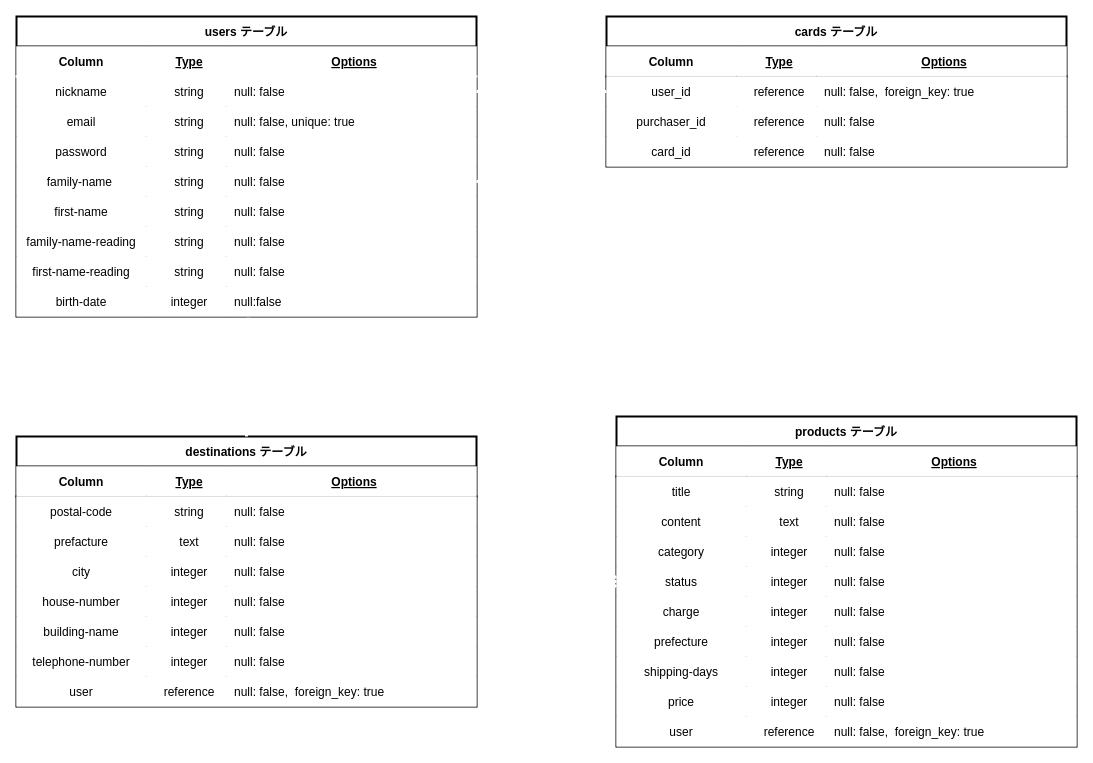
NaoyukiG/furima-38177 keeps this draw.io diagram as furima-38177.dio. Above is the earlier version. Source tidied: cells renumbered, new cells numbered last; positions are measured from the earlier drawing's top-left corner, leaving out a move shared by most shapes. Both pictures are drawn from the tidied source at 100%, with x=0, y=0 at pixel (16, 16).
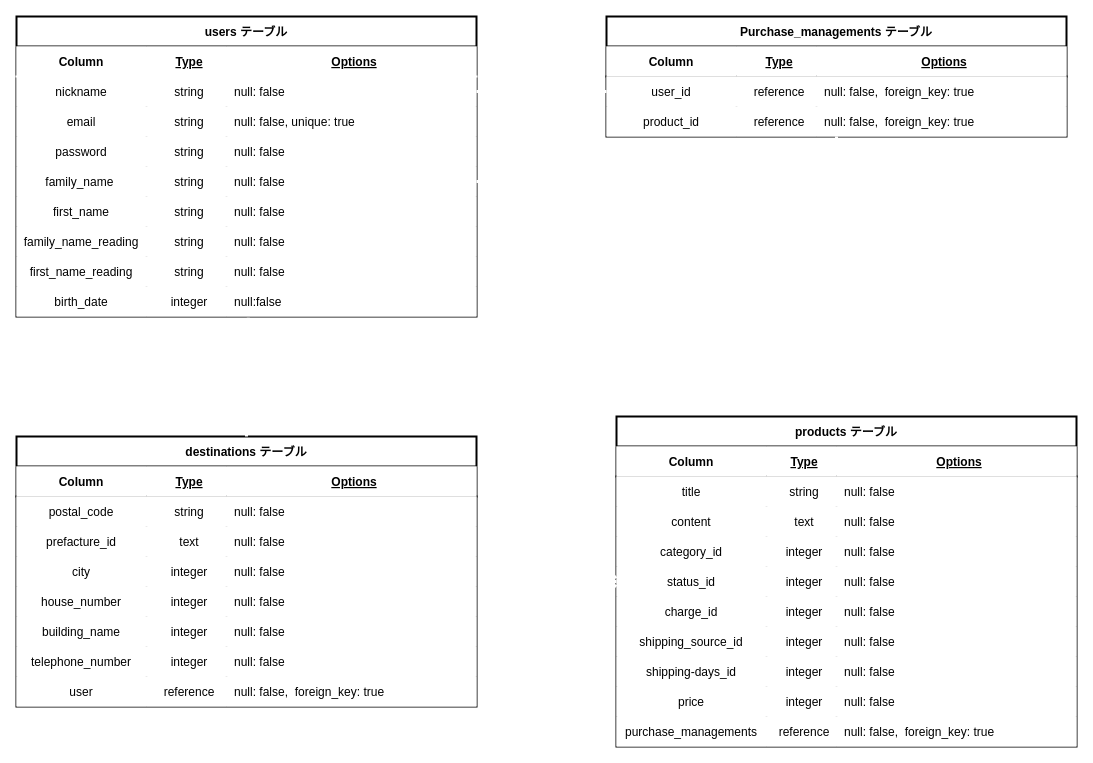
The same page after the edit.

Commit message:
リファレンス追加に合わせたER図の修正

The change refers to these unchanged cells:
```xml
<mxCell id="19" style="shape=partialRectangle;top=0;left=0;bottom=0;right=0;points=[[0,0.5],[1,0.5]];portConstraint=eastwest;strokeWidth=2;" parent="2" vertex="1">
  <mxGeometry y="150" width="460" height="30" as="geometry" />
</mxCell>
<mxCell id="23" style="shape=partialRectangle;top=0;left=0;bottom=0;right=0;strokeWidth=2;" parent="2" vertex="1">
  <mxGeometry y="180" width="460" height="30" as="geometry" />
</mxCell>
<mxCell id="27" style="shape=partialRectangle;top=0;left=0;bottom=0;right=0;strokeWidth=2;" parent="2" vertex="1">
  <mxGeometry y="210" width="460" height="30" as="geometry" />
</mxCell>
<mxCell id="31" style="shape=partialRectangle;top=0;left=0;bottom=0;right=0;strokeWidth=2;" parent="2" vertex="1">
  <mxGeometry y="240" width="460" height="30" as="geometry" />
</mxCell>
<mxCell id="35" style="shape=partialRectangle;top=0;left=0;bottom=0;right=0;points=[[0,0.5],[1,0.5]];portConstraint=eastwest;strokeWidth=2;" parent="2" vertex="1">
  <mxGeometry y="270" width="460" height="30" as="geometry" />
</mxCell>
<mxCell id="39" value="products テーブル" style="shape=table;startSize=30;childLayout=tableLayout;rowLines=0;fontStyle=1;align=center;strokeWidth=2;" parent="1" vertex="1">
  <mxGeometry x="600" y="400" width="460" height="330" as="geometry" />
</mxCell>
<mxCell id="40" style="shape=partialRectangle;top=0;left=0;bottom=1;right=0;strokeWidth=2;" parent="39" vertex="1">
  <mxGeometry y="30" width="460" height="30" as="geometry" />
</mxCell>
<mxCell id="44" style="shape=partialRectangle;top=0;left=0;bottom=0;right=0;strokeWidth=2;" parent="39" vertex="1">
  <mxGeometry y="60" width="460" height="30" as="geometry" />
</mxCell>
<mxCell id="48" style="shape=partialRectangle;top=0;left=0;bottom=0;right=0;strokeWidth=2;" parent="39" vertex="1">
  <mxGeometry y="90" width="460" height="30" as="geometry" />
</mxCell>
<mxCell id="52" style="shape=partialRectangle;top=0;left=0;bottom=0;right=0;strokeWidth=2;" parent="39" vertex="1">
  <mxGeometry y="120" width="460" height="30" as="geometry" />
</mxCell>
<mxCell id="56" style="shape=partialRectangle;top=0;left=0;bottom=0;right=0;points=[[0,0.5],[1,0.5]];portConstraint=eastwest;strokeWidth=2;" parent="39" vertex="1">
  <mxGeometry y="150" width="460" height="30" as="geometry" />
</mxCell>
<mxCell id="60" style="shape=partialRectangle;top=0;left=0;bottom=0;right=0;strokeWidth=2;" parent="39" vertex="1">
  <mxGeometry y="180" width="460" height="30" as="geometry" />
</mxCell>
<mxCell id="64" style="shape=partialRectangle;top=0;left=0;bottom=0;right=0;strokeWidth=2;" parent="39" vertex="1">
  <mxGeometry y="210" width="460" height="30" as="geometry" />
</mxCell>
<mxCell id="68" style="shape=partialRectangle;top=0;left=0;bottom=0;right=0;strokeWidth=2;" parent="39" vertex="1">
  <mxGeometry y="240" width="460" height="30" as="geometry" />
</mxCell>
<mxCell id="72" style="shape=partialRectangle;top=0;left=0;bottom=0;right=0;strokeWidth=2;" parent="39" vertex="1">
  <mxGeometry y="270" width="460" height="30" as="geometry" />
</mxCell>
<mxCell id="76" style="shape=partialRectangle;top=0;left=0;bottom=0;right=0;strokeWidth=2;" parent="39" vertex="1">
  <mxGeometry y="300" width="460" height="30" as="geometry" />
</mxCell>
<mxCell id="85" style="shape=partialRectangle;top=0;left=0;bottom=0;right=0;strokeWidth=2;" parent="80" vertex="1">
  <mxGeometry y="60" width="460" height="30" as="geometry" />
</mxCell>
<mxCell id="89" style="shape=partialRectangle;top=0;left=0;bottom=0;right=0;strokeWidth=2;" parent="80" vertex="1">
  <mxGeometry y="90" width="460" height="30" as="geometry" />
</mxCell>
<mxCell id="97" style="shape=partialRectangle;top=0;left=0;bottom=0;right=0;strokeWidth=2;" parent="80" vertex="1">
  <mxGeometry y="150" width="460" height="30" as="geometry" />
</mxCell>
<mxCell id="101" style="shape=partialRectangle;top=0;left=0;bottom=0;right=0;strokeWidth=2;" parent="80" vertex="1">
  <mxGeometry y="180" width="460" height="30" as="geometry" />
</mxCell>
<mxCell id="105" style="shape=partialRectangle;top=0;left=0;bottom=0;right=0;strokeWidth=2;" parent="80" vertex="1">
  <mxGeometry y="210" width="460" height="30" as="geometry" />
</mxCell>
<mxCell id="124" style="shape=partialRectangle;top=0;left=0;bottom=0;right=0;strokeWidth=2;" parent="115" vertex="1">
  <mxGeometry y="90" width="460" height="30" as="geometry" />
</mxCell>
```

Change to the diagram source:
```diff
@@
-    <mxCell id="20" value="family-name " style="shape=partialRectangle;top=0;left=0;bottom=0;right=0;overflow=hidden;strokeWidth=2;" parent="19" vertex="1">
+    <mxCell id="20" value="family_name " style="shape=partialRectangle;top=0;left=0;bottom=0;right=0;overflow=hidden;strokeWidth=2;" parent="19" vertex="1">
       <mxGeometry width="130" height="30" as="geometry" />
     </mxCell>
@@
-    <mxCell id="24" value="first-name" style="shape=partialRectangle;top=0;left=0;bottom=0;right=0;overflow=hidden;strokeWidth=2;" parent="23" vertex="1">
+    <mxCell id="24" value="first_name" style="shape=partialRectangle;top=0;left=0;bottom=0;right=0;overflow=hidden;strokeWidth=2;" parent="23" vertex="1">
       <mxGeometry width="130" height="30" as="geometry" />
     </mxCell>
@@
-    <mxCell id="28" value="family-name-reading" style="shape=partialRectangle;top=0;left=0;bottom=0;right=0;overflow=hidden;strokeWidth=2;" parent="27" vertex="1">
+    <mxCell id="28" value="family_name_reading" style="shape=partialRectangle;top=0;left=0;bottom=0;right=0;overflow=hidden;strokeWidth=2;" parent="27" vertex="1">
       <mxGeometry width="130" height="30" as="geometry" />
     </mxCell>
@@
-    <mxCell id="32" value="first-name-reading" style="shape=partialRectangle;top=0;left=0;bottom=0;right=0;overflow=hidden;strokeWidth=2;" parent="31" vertex="1">
+    <mxCell id="32" value="first_name_reading" style="shape=partialRectangle;top=0;left=0;bottom=0;right=0;overflow=hidden;strokeWidth=2;" parent="31" vertex="1">
       <mxGeometry width="130" height="30" as="geometry" />
     </mxCell>
@@
-    <mxCell id="36" value="birth-date" style="shape=partialRectangle;top=0;left=0;bottom=0;right=0;overflow=hidden;strokeWidth=2;" parent="35" vertex="1">
+    <mxCell id="36" value="birth_date" style="shape=partialRectangle;top=0;left=0;bottom=0;right=0;overflow=hidden;strokeWidth=2;" parent="35" vertex="1">
       <mxGeometry width="130" height="30" as="geometry" />
     </mxCell>
@@
     <mxCell id="41" value="Column" style="shape=partialRectangle;top=0;left=0;bottom=0;right=0;fontStyle=1;overflow=hidden;strokeWidth=2;" parent="40" vertex="1">
-      <mxGeometry width="130" height="30" as="geometry" />
+      <mxGeometry width="150" height="30" as="geometry" />
     </mxCell>
     <mxCell id="42" value="Type" style="shape=partialRectangle;top=0;left=0;bottom=0;right=0;align=center;spacingLeft=6;fontStyle=5;overflow=hidden;shadow=0;strokeWidth=2;" parent="40" vertex="1">
-      <mxGeometry x="130" width="80" height="30" as="geometry" />
+      <mxGeometry x="150" width="70" height="30" as="geometry" />
     </mxCell>
     <mxCell id="43" value="Options" style="shape=partialRectangle;top=0;left=0;bottom=0;right=0;align=center;spacingLeft=6;fontStyle=5;overflow=hidden;strokeWidth=2;" parent="40" vertex="1">
-      <mxGeometry x="210" width="250" height="30" as="geometry" />
+      <mxGeometry x="220" width="240" height="30" as="geometry" />
     </mxCell>
@@
     <mxCell id="45" value="title" style="shape=partialRectangle;top=0;left=0;bottom=0;right=0;overflow=hidden;strokeWidth=2;" parent="44" vertex="1">
-      <mxGeometry width="130" height="30" as="geometry" />
+      <mxGeometry width="150" height="30" as="geometry" />
     </mxCell>
     <mxCell id="46" value="string" style="shape=partialRectangle;top=0;left=0;bottom=0;right=0;align=center;spacingLeft=6;overflow=hidden;strokeWidth=2;" parent="44" vertex="1">
-      <mxGeometry x="130" width="80" height="30" as="geometry" />
+      <mxGeometry x="150" width="70" height="30" as="geometry" />
     </mxCell>
     <mxCell id="47" value="null: false" style="shape=partialRectangle;top=0;left=0;bottom=0;right=0;align=left;spacingLeft=6;overflow=hidden;strokeWidth=2;" parent="44" vertex="1">
-      <mxGeometry x="210" width="250" height="30" as="geometry" />
+      <mxGeometry x="220" width="240" height="30" as="geometry" />
     </mxCell>
@@
     <mxCell id="49" value="content" style="shape=partialRectangle;top=0;left=0;bottom=0;right=0;overflow=hidden;strokeWidth=2;" parent="48" vertex="1">
-      <mxGeometry width="130" height="30" as="geometry" />
+      <mxGeometry width="150" height="30" as="geometry" />
     </mxCell>
     <mxCell id="50" value="text" style="shape=partialRectangle;top=0;left=0;bottom=0;right=0;align=center;spacingLeft=6;overflow=hidden;strokeWidth=2;" parent="48" vertex="1">
-      <mxGeometry x="130" width="80" height="30" as="geometry" />
+      <mxGeometry x="150" width="70" height="30" as="geometry" />
     </mxCell>
     <mxCell id="51" value="null: false" style="shape=partialRectangle;top=0;left=0;bottom=0;right=0;align=left;spacingLeft=6;overflow=hidden;strokeWidth=2;" parent="48" vertex="1">
-      <mxGeometry x="210" width="250" height="30" as="geometry" />
+      <mxGeometry x="220" width="240" height="30" as="geometry" />
     </mxCell>
@@
-    <mxCell id="53" value="category" style="shape=partialRectangle;top=0;left=0;bottom=0;right=0;overflow=hidden;strokeWidth=2;" parent="52" vertex="1">
-      <mxGeometry width="130" height="30" as="geometry" />
+    <mxCell id="53" value="category_id" style="shape=partialRectangle;top=0;left=0;bottom=0;right=0;overflow=hidden;strokeWidth=2;" parent="52" vertex="1">
+      <mxGeometry width="150" height="30" as="geometry" />
     </mxCell>
     <mxCell id="54" value="integer" style="shape=partialRectangle;top=0;left=0;bottom=0;right=0;align=center;spacingLeft=6;overflow=hidden;strokeWidth=2;" parent="52" vertex="1">
-      <mxGeometry x="130" width="80" height="30" as="geometry" />
+      <mxGeometry x="150" width="70" height="30" as="geometry" />
     </mxCell>
     <mxCell id="55" value="null: false" style="shape=partialRectangle;top=0;left=0;bottom=0;right=0;align=left;spacingLeft=6;overflow=hidden;strokeWidth=2;" parent="52" vertex="1">
-      <mxGeometry x="210" width="250" height="30" as="geometry" />
+      <mxGeometry x="220" width="240" height="30" as="geometry" />
     </mxCell>
@@
-    <mxCell id="57" value="status" style="shape=partialRectangle;top=0;left=0;bottom=0;right=0;overflow=hidden;strokeWidth=2;" parent="56" vertex="1">
-      <mxGeometry width="130" height="30" as="geometry" />
+    <mxCell id="57" value="status_id" style="shape=partialRectangle;top=0;left=0;bottom=0;right=0;overflow=hidden;strokeWidth=2;" parent="56" vertex="1">
+      <mxGeometry width="150" height="30" as="geometry" />
     </mxCell>
     <mxCell id="58" value="integer" style="shape=partialRectangle;top=0;left=0;bottom=0;right=0;align=center;spacingLeft=6;overflow=hidden;strokeWidth=2;" parent="56" vertex="1">
-      <mxGeometry x="130" width="80" height="30" as="geometry" />
+      <mxGeometry x="150" width="70" height="30" as="geometry" />
     </mxCell>
     <mxCell id="59" value="null: false" style="shape=partialRectangle;top=0;left=0;bottom=0;right=0;align=left;spacingLeft=6;overflow=hidden;strokeWidth=2;" parent="56" vertex="1">
-      <mxGeometry x="210" width="250" height="30" as="geometry" />
+      <mxGeometry x="220" width="240" height="30" as="geometry" />
     </mxCell>
@@
-    <mxCell id="61" value="charge" style="shape=partialRectangle;top=0;left=0;bottom=0;right=0;overflow=hidden;strokeWidth=2;" parent="60" vertex="1">
-      <mxGeometry width="130" height="30" as="geometry" />
+    <mxCell id="61" value="charge_id" style="shape=partialRectangle;top=0;left=0;bottom=0;right=0;overflow=hidden;strokeWidth=2;" parent="60" vertex="1">
+      <mxGeometry width="150" height="30" as="geometry" />
     </mxCell>
     <mxCell id="62" value="integer" style="shape=partialRectangle;top=0;left=0;bottom=0;right=0;align=center;spacingLeft=6;overflow=hidden;strokeWidth=2;" parent="60" vertex="1">
-      <mxGeometry x="130" width="80" height="30" as="geometry" />
+      <mxGeometry x="150" width="70" height="30" as="geometry" />
     </mxCell>
     <mxCell id="63" value="null: false" style="shape=partialRectangle;top=0;left=0;bottom=0;right=0;align=left;spacingLeft=6;overflow=hidden;strokeWidth=2;" parent="60" vertex="1">
-      <mxGeometry x="210" width="250" height="30" as="geometry" />
+      <mxGeometry x="220" width="240" height="30" as="geometry" />
     </mxCell>
@@
-    <mxCell id="65" value="prefecture" style="shape=partialRectangle;top=0;left=0;bottom=0;right=0;overflow=hidden;strokeWidth=2;" parent="64" vertex="1">
-      <mxGeometry width="130" height="30" as="geometry" />
+    <mxCell id="65" value="shipping_source_id" style="shape=partialRectangle;top=0;left=0;bottom=0;right=0;overflow=hidden;strokeWidth=2;" parent="64" vertex="1">
+      <mxGeometry width="150" height="30" as="geometry" />
     </mxCell>
     <mxCell id="66" value="integer" style="shape=partialRectangle;top=0;left=0;bottom=0;right=0;align=center;spacingLeft=6;overflow=hidden;strokeWidth=2;" parent="64" vertex="1">
-      <mxGeometry x="130" width="80" height="30" as="geometry" />
+      <mxGeometry x="150" width="70" height="30" as="geometry" />
     </mxCell>
     <mxCell id="67" value="null: false" style="shape=partialRectangle;top=0;left=0;bottom=0;right=0;align=left;spacingLeft=6;overflow=hidden;strokeWidth=2;" parent="64" vertex="1">
-      <mxGeometry x="210" width="250" height="30" as="geometry" />
+      <mxGeometry x="220" width="240" height="30" as="geometry" />
     </mxCell>
@@
-    <mxCell id="69" value="shipping-days" style="shape=partialRectangle;top=0;left=0;bottom=0;right=0;overflow=hidden;strokeWidth=2;" parent="68" vertex="1">
-      <mxGeometry width="130" height="30" as="geometry" />
+    <mxCell id="69" value="shipping-days_id" style="shape=partialRectangle;top=0;left=0;bottom=0;right=0;overflow=hidden;strokeWidth=2;" parent="68" vertex="1">
+      <mxGeometry width="150" height="30" as="geometry" />
     </mxCell>
     <mxCell id="70" value="integer" style="shape=partialRectangle;top=0;left=0;bottom=0;right=0;align=center;spacingLeft=6;overflow=hidden;strokeWidth=2;" parent="68" vertex="1">
-      <mxGeometry x="130" width="80" height="30" as="geometry" />
+      <mxGeometry x="150" width="70" height="30" as="geometry" />
     </mxCell>
     <mxCell id="71" value="null: false" style="shape=partialRectangle;top=0;left=0;bottom=0;right=0;align=left;spacingLeft=6;overflow=hidden;strokeWidth=2;" parent="68" vertex="1">
-      <mxGeometry x="210" width="250" height="30" as="geometry" />
+      <mxGeometry x="220" width="240" height="30" as="geometry" />
     </mxCell>
@@
     <mxCell id="73" value="price" style="shape=partialRectangle;top=0;left=0;bottom=0;right=0;overflow=hidden;strokeWidth=2;" parent="72" vertex="1">
-      <mxGeometry width="130" height="30" as="geometry" />
+      <mxGeometry width="150" height="30" as="geometry" />
     </mxCell>
     <mxCell id="74" value="integer" style="shape=partialRectangle;top=0;left=0;bottom=0;right=0;align=center;spacingLeft=6;overflow=hidden;strokeWidth=2;" parent="72" vertex="1">
-      <mxGeometry x="130" width="80" height="30" as="geometry" />
+      <mxGeometry x="150" width="70" height="30" as="geometry" />
     </mxCell>
     <mxCell id="75" value="null: false" style="shape=partialRectangle;top=0;left=0;bottom=0;right=0;align=left;spacingLeft=6;overflow=hidden;strokeWidth=2;" parent="72" vertex="1">
-      <mxGeometry x="210" width="250" height="30" as="geometry" />
+      <mxGeometry x="220" width="240" height="30" as="geometry" />
     </mxCell>
@@
-    <mxCell id="77" value="user" style="shape=partialRectangle;top=0;left=0;bottom=0;right=0;overflow=hidden;strokeWidth=2;" parent="76" vertex="1">
-      <mxGeometry width="130" height="30" as="geometry" />
+    <mxCell id="77" value="purchase_managements" style="shape=partialRectangle;top=0;left=0;bottom=0;right=0;overflow=hidden;strokeWidth=2;" parent="76" vertex="1">
+      <mxGeometry width="150" height="30" as="geometry" />
     </mxCell>
     <mxCell id="78" value="reference" style="shape=partialRectangle;top=0;left=0;bottom=0;right=0;align=center;spacingLeft=6;overflow=hidden;strokeWidth=2;" parent="76" vertex="1">
-      <mxGeometry x="130" width="80" height="30" as="geometry" />
+      <mxGeometry x="150" width="70" height="30" as="geometry" />
     </mxCell>
     <mxCell id="79" value="null: false,  foreign_key: true" style="shape=partialRectangle;top=0;left=0;bottom=0;right=0;align=left;spacingLeft=6;overflow=hidden;strokeWidth=2;" parent="76" vertex="1">
-      <mxGeometry x="210" width="250" height="30" as="geometry" />
+      <mxGeometry x="220" width="240" height="30" as="geometry" />
     </mxCell>
@@
-    <mxCell id="86" value="postal-code" style="shape=partialRectangle;top=0;left=0;bottom=0;right=0;overflow=hidden;strokeWidth=2;" parent="85" vertex="1">
+    <mxCell id="86" value="postal_code" style="shape=partialRectangle;top=0;left=0;bottom=0;right=0;overflow=hidden;strokeWidth=2;" parent="85" vertex="1">
       <mxGeometry width="130" height="30" as="geometry" />
     </mxCell>
@@
-    <mxCell id="90" value="prefacture" style="shape=partialRectangle;top=0;left=0;bottom=0;right=0;overflow=hidden;strokeWidth=2;" parent="89" vertex="1">
+    <mxCell id="90" value="prefacture_id" style="shape=partialRectangle;top=0;left=0;bottom=0;right=0;overflow=hidden;strokeWidth=2;" parent="89" vertex="1">
       <mxGeometry width="130" height="30" as="geometry" />
     </mxCell>
@@
-    <mxCell id="98" value="house-number" style="shape=partialRectangle;top=0;left=0;bottom=0;right=0;overflow=hidden;strokeWidth=2;" parent="97" vertex="1">
+    <mxCell id="98" value="house_number" style="shape=partialRectangle;top=0;left=0;bottom=0;right=0;overflow=hidden;strokeWidth=2;" parent="97" vertex="1">
       <mxGeometry width="130" height="30" as="geometry" />
     </mxCell>
@@
-    <mxCell id="102" value="building-name" style="shape=partialRectangle;top=0;left=0;bottom=0;right=0;overflow=hidden;strokeWidth=2;" parent="101" vertex="1">
+    <mxCell id="102" value="building_name" style="shape=partialRectangle;top=0;left=0;bottom=0;right=0;overflow=hidden;strokeWidth=2;" parent="101" vertex="1">
       <mxGeometry width="130" height="30" as="geometry" />
     </mxCell>
@@
-    <mxCell id="106" value="telephone-number" style="shape=partialRectangle;top=0;left=0;bottom=0;right=0;overflow=hidden;strokeWidth=2;" parent="105" vertex="1">
+    <mxCell id="106" value="telephone_number" style="shape=partialRectangle;top=0;left=0;bottom=0;right=0;overflow=hidden;strokeWidth=2;" parent="105" vertex="1">
       <mxGeometry width="130" height="30" as="geometry" />
     </mxCell>
@@
-    <mxCell id="115" value="cards テーブル" style="shape=table;startSize=30;childLayout=tableLayout;rowLines=0;fontStyle=1;align=center;strokeWidth=2;" parent="1" vertex="1">
-      <mxGeometry x="590" width="460" height="150" as="geometry" />
+    <mxCell id="115" value="Purchase_managements テーブル" style="shape=table;startSize=30;childLayout=tableLayout;rowLines=0;fontStyle=1;align=center;strokeWidth=2;" parent="1" vertex="1">
+      <mxGeometry x="590" width="460" height="120" as="geometry" />
     </mxCell>
@@
-    <mxCell id="125" value="purchaser_id" style="shape=partialRectangle;top=0;left=0;bottom=0;right=0;overflow=hidden;strokeWidth=2;" parent="124" vertex="1">
+    <mxCell id="125" value="product_id" style="shape=partialRectangle;top=0;left=0;bottom=0;right=0;overflow=hidden;strokeWidth=2;" parent="124" vertex="1">
       <mxGeometry width="130" height="30" as="geometry" />
     </mxCell>
@@
-    <mxCell id="127" value="null: false" style="shape=partialRectangle;top=0;left=0;bottom=0;right=0;align=left;spacingLeft=6;overflow=hidden;strokeWidth=2;" parent="124" vertex="1">
+    <mxCell id="127" value="null: false,  foreign_key: true" style="shape=partialRectangle;top=0;left=0;bottom=0;right=0;align=left;spacingLeft=6;overflow=hidden;strokeWidth=2;" parent="124" vertex="1">
       <mxGeometry x="210" width="250" height="30" as="geometry" />
     </mxCell>
-    <mxCell id="128" style="shape=partialRectangle;top=0;left=0;bottom=0;right=0;strokeWidth=2;" parent="115" vertex="1">
-      <mxGeometry y="120" width="460" height="30" as="geometry" />
-    </mxCell>
-    <mxCell id="129" value="card_id" style="shape=partialRectangle;top=0;left=0;bottom=0;right=0;overflow=hidden;strokeWidth=2;" parent="128" vertex="1">
-      <mxGeometry width="130" height="30" as="geometry" />
-    </mxCell>
-    <mxCell id="130" value="reference" style="shape=partialRectangle;top=0;left=0;bottom=0;right=0;align=center;spacingLeft=6;overflow=hidden;strokeWidth=2;" parent="128" vertex="1">
-      <mxGeometry x="130" width="80" height="30" as="geometry" />
-    </mxCell>
-    <mxCell id="131" value="null: false" style="shape=partialRectangle;top=0;left=0;bottom=0;right=0;align=left;spacingLeft=6;overflow=hidden;strokeWidth=2;" parent="128" vertex="1">
-      <mxGeometry x="210" width="250" height="30" as="geometry" />
-    </mxCell>
@@
+    <mxCell id="133" style="fontSize=12;html=1;endArrow=ERone;endFill=1;strokeWidth=3;entryX=0.5;entryY=1;entryDx=0;entryDy=0;exitX=0.48;exitY=-0.006;exitDx=0;exitDy=0;startArrow=ERone;startFill=0;strokeColor=#FFFFFF;exitPerimeter=0;" parent="1" edge="1" source="39" target="115">
+      <mxGeometry relative="1" as="geometry" />
+    </mxCell>
```
